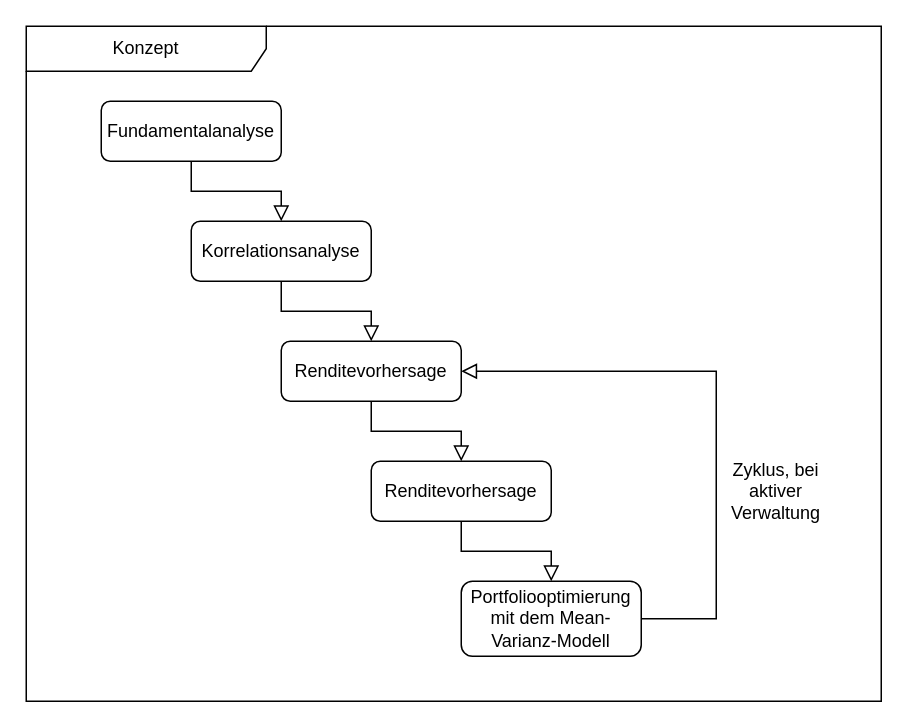
SamuelH1999/Share-value-prediction-with-AI keeps this draw.io diagram as Masterprojekt2/Konzept.drawio. Above is the earlier version. Source tidied: cells renumbered, new cells numbered last; positions are measured from the earlier drawing's top-left corner, leaving out a move shared by most shapes. Both pictures are drawn from the tidied source at 150%, with x=0, y=0 at pixel (26, 26).
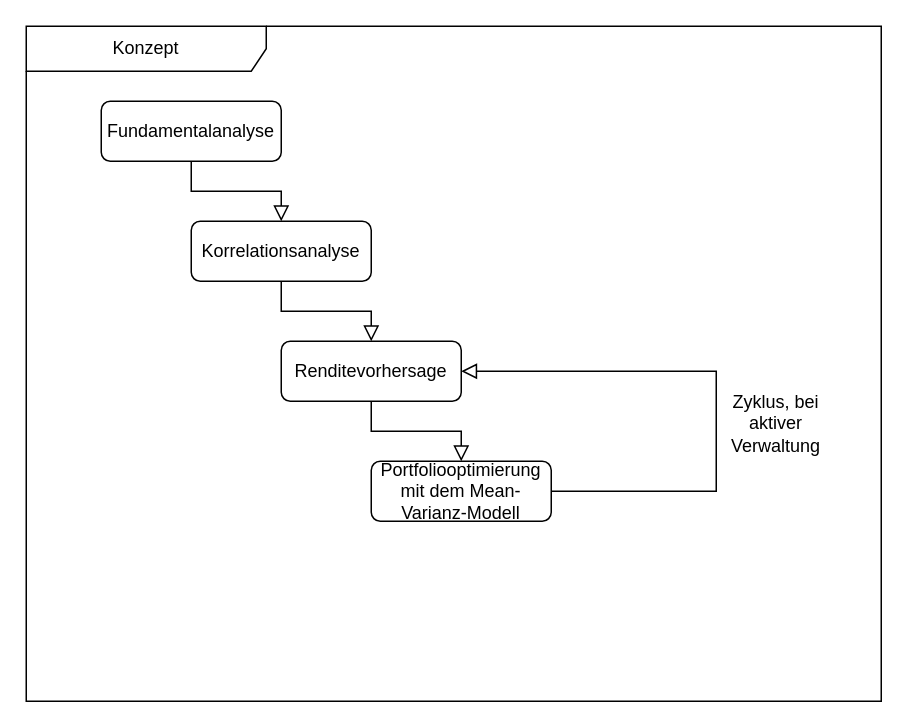
The same page after the edit.

The change refers to these unchanged cells:
```xml
<mxCell id="4" value="Konzept" style="shape=umlFrame;whiteSpace=wrap;html=1;width=160;" parent="1" vertex="1">
  <mxGeometry width="570" height="450" as="geometry" />
</mxCell>
<mxCell id="6" value="Renditevorhersage" style="rounded=1;whiteSpace=wrap;html=1;fontSize=12;glass=0;strokeWidth=1;shadow=0;" parent="4" vertex="1">
  <mxGeometry x="170" y="210" width="120" height="40" as="geometry" />
</mxCell>
```

Change to the diagram source:
```diff
@@
-    <mxCell id="8" value="Renditevorhersage" style="rounded=1;whiteSpace=wrap;html=1;fontSize=12;glass=0;strokeWidth=1;shadow=0;" parent="4" vertex="1">
+    <mxCell id="8" value="Portfoliooptimierung mit dem Mean-Varianz-Modell" style="rounded=1;whiteSpace=wrap;html=1;fontSize=12;glass=0;strokeWidth=1;shadow=0;" parent="4" vertex="1">
       <mxGeometry x="230" y="290" width="120" height="40" as="geometry" />
     </mxCell>
@@
-    <mxCell id="10" value="Portfoliooptimierung mit dem Mean-Varianz-Modell" style="rounded=1;whiteSpace=wrap;html=1;fontSize=12;glass=0;strokeWidth=1;shadow=0;" parent="4" vertex="1">
-      <mxGeometry x="290" y="370" width="120" height="50" as="geometry" />
-    </mxCell>
-    <mxCell id="11" style="rounded=0;html=1;jettySize=auto;orthogonalLoop=1;fontSize=11;endArrow=block;endFill=0;endSize=8;strokeWidth=1;shadow=0;labelBackgroundColor=none;edgeStyle=orthogonalEdgeStyle;entryX=0.5;entryY=0;entryDx=0;entryDy=0;" parent="4" edge="1">
-      <mxGeometry relative="1" as="geometry">
-        <mxPoint x="290" y="330" as="sourcePoint" />
-        <mxPoint x="350" y="370" as="targetPoint" />
-        <Array as="points">
-          <mxPoint x="290" y="350" />
-          <mxPoint x="350" y="350" />
-        </Array>
-      </mxGeometry>
-    </mxCell>
-    <mxCell id="12" style="rounded=0;html=1;jettySize=auto;fontSize=11;endArrow=block;endFill=0;endSize=8;strokeWidth=1;shadow=0;labelBackgroundColor=none;edgeStyle=orthogonalEdgeStyle;entryX=1;entryY=0.5;entryDx=0;entryDy=0;exitX=1;exitY=0.5;exitDx=0;exitDy=0;" parent="4" edge="1" source="10" target="6">
+    <mxCell id="12" style="rounded=0;html=1;jettySize=auto;fontSize=11;endArrow=block;endFill=0;endSize=8;strokeWidth=1;shadow=0;labelBackgroundColor=none;edgeStyle=orthogonalEdgeStyle;entryX=1;entryY=0.5;entryDx=0;entryDy=0;exitX=1;exitY=0.5;exitDx=0;exitDy=0;" parent="4" edge="1" source="8" target="6">
       <mxGeometry relative="1" as="geometry">
         <Array as="points">
-          <mxPoint x="460" y="395" />
+          <mxPoint x="460" y="310" />
           <mxPoint x="460" y="230" />
         </Array>
       </mxGeometry>
     </mxCell>
     <mxCell id="13" value="Zyklus, bei aktiver Verwaltung" style="text;html=1;align=center;verticalAlign=middle;whiteSpace=wrap;rounded=0;" parent="4" vertex="1">
-      <mxGeometry x="470" y="295" width="60" height="30" as="geometry" />
+      <mxGeometry x="470" y="250" width="60" height="30" as="geometry" />
     </mxCell>
```
